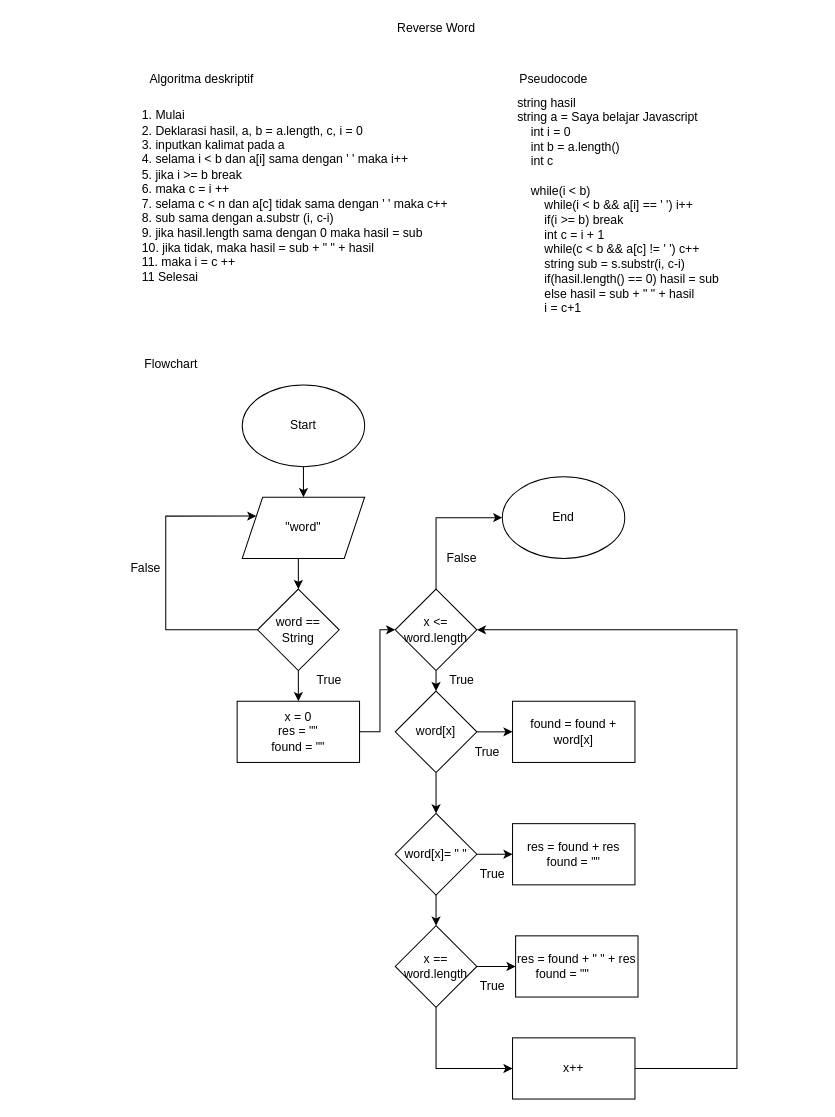
Earlier version of the draw.io diagram Reverse Word.drawio (aviantofan/fw5-algoritma). Source tidied: cells renumbered, new cells numbered last; positions are measured from the earlier drawing's top-left corner, leaving out a move shared by most shapes. Both pictures are drawn from the tidied source at 102%, with x=0, y=0 at pixel (124, 17).
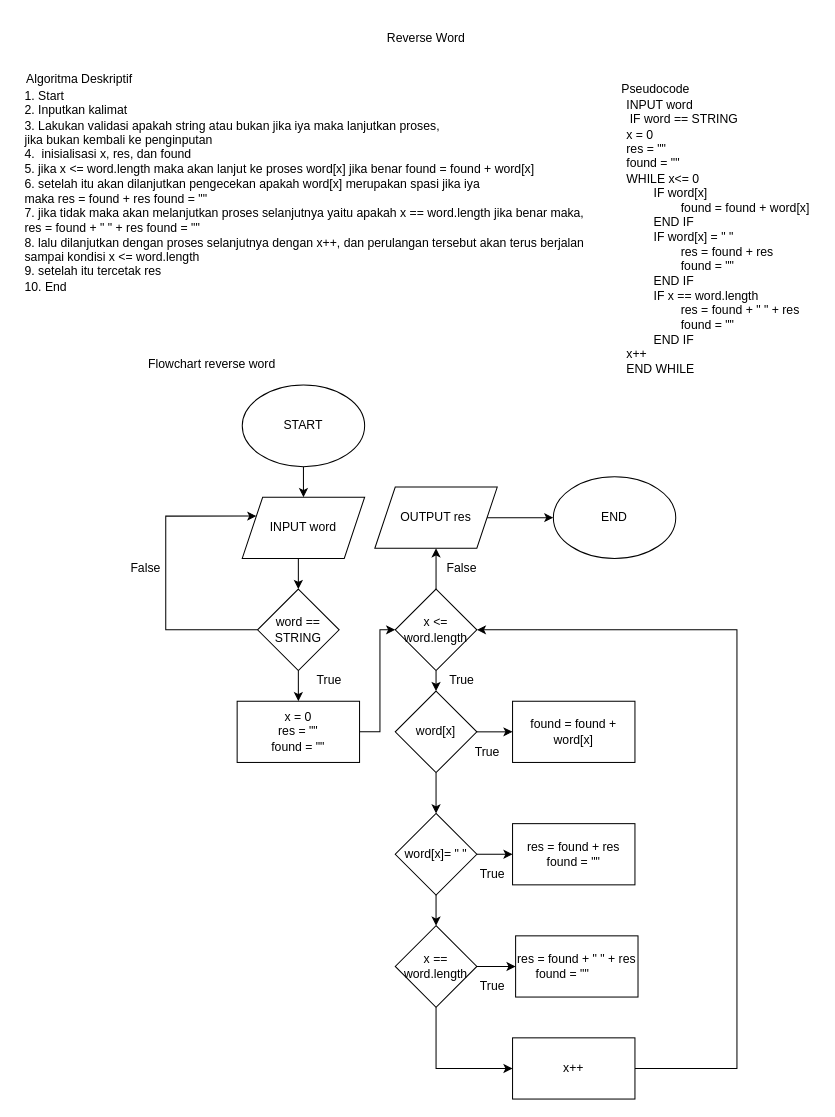
After the change.

Commit message (it also covers changes not shown here):
Perbaikan flowchart

Unchanged cells that the change refers to:
```xml
<mxCell id="33" value="x &amp;lt;= word.length" style="rhombus;whiteSpace=wrap;html=1;" parent="1" vertex="1">
  <mxGeometry x="265" y="560" width="80" height="80" as="geometry" />
</mxCell>
```

Diff of the diagram source:
```diff
@@
-    <mxCell id="2" value="Reverse Word" style="text;html=1;align=center;verticalAlign=middle;strokeColor=none;fillColor=none;" parent="1" vertex="1">
-      <mxGeometry x="260" width="90" height="20" as="geometry" />
-    </mxCell>
-    <mxCell id="3" value="Algoritma deskriptif" style="text;html=1;align=center;verticalAlign=middle;strokeColor=none;fillColor=none;" parent="1" vertex="1">
-      <mxGeometry x="15" y="50" width="120" height="20" as="geometry" />
-    </mxCell>
-    <mxCell id="4" value="&lt;span&gt;1. Mulai&lt;/span&gt;&lt;br&gt;&lt;span&gt;2. Deklarasi hasil, a, b = a.length, c, i = 0&lt;/span&gt;&lt;br&gt;&lt;span&gt;3. inputkan kalimat pada a&lt;/span&gt;&lt;br&gt;&lt;span&gt;4. selama i &amp;lt; b dan a[i] sama dengan ' ' maka i++&lt;/span&gt;&lt;br&gt;&lt;span&gt;5. jika i &amp;gt;= b break&lt;/span&gt;&lt;br&gt;&lt;span&gt;6. maka c = i ++&lt;/span&gt;&lt;br&gt;&lt;span&gt;7. selama c &amp;lt; n dan a[c] tidak sama dengan ' ' maka c++&lt;/span&gt;&lt;br&gt;&lt;span&gt;8. sub sama dengan a.substr (i, c-i)&lt;/span&gt;&lt;br&gt;&lt;span&gt;9. jika hasil.length sama dengan 0 maka hasil = sub&lt;/span&gt;&lt;br&gt;&lt;span&gt;10. jika tidak, maka hasil = sub + &quot; &quot; + hasil&lt;/span&gt;&lt;br&gt;&lt;span&gt;11. maka i = c ++&lt;/span&gt;&lt;br&gt;&lt;span&gt;11 Selesai&lt;/span&gt;" style="text;html=1;align=left;verticalAlign=middle;strokeColor=none;fillColor=none;" parent="1" vertex="1">
-      <mxGeometry x="15" y="90" width="320" height="170" as="geometry" />
-    </mxCell>
-    <mxCell id="5" value="Pseudocode" style="text;html=1;align=center;verticalAlign=middle;strokeColor=none;fillColor=none;" parent="1" vertex="1">
-      <mxGeometry x="380" y="50" width="80" height="20" as="geometry" />
-    </mxCell>
-    <mxCell id="6" value="&lt;div&gt;string hasil&lt;/div&gt;&lt;div&gt;string a = Saya belajar Javascript&lt;/div&gt;&lt;div&gt;&amp;nbsp; &amp;nbsp; int i = 0&lt;/div&gt;&lt;div&gt;&amp;nbsp; &amp;nbsp; int b = a.length()&lt;/div&gt;&lt;div&gt;&amp;nbsp; &amp;nbsp; int c&amp;nbsp;&lt;/div&gt;&lt;div&gt;&lt;br&gt;&lt;/div&gt;&lt;div&gt;&amp;nbsp; &amp;nbsp; while(i &amp;lt; b)&lt;/div&gt;&lt;div&gt;&amp;nbsp; &amp;nbsp; &amp;nbsp; &amp;nbsp; while(i &amp;lt; b &amp;amp;&amp;amp; a[i] == ' ') i++&lt;/div&gt;&lt;div&gt;&amp;nbsp; &amp;nbsp; &amp;nbsp; &amp;nbsp; if(i &amp;gt;= b) break&lt;/div&gt;&lt;div&gt;&amp;nbsp; &amp;nbsp; &amp;nbsp; &amp;nbsp; int c = i + 1&lt;/div&gt;&lt;div&gt;&amp;nbsp; &amp;nbsp; &amp;nbsp; &amp;nbsp; while(c &amp;lt; b &amp;amp;&amp;amp; a[c] != ' ') c++&lt;/div&gt;&lt;div&gt;&amp;nbsp; &amp;nbsp; &amp;nbsp; &amp;nbsp; string sub = s.substr(i, c-i)&lt;/div&gt;&lt;div&gt;&amp;nbsp; &amp;nbsp; &amp;nbsp; &amp;nbsp; if(hasil.length() == 0) hasil = sub&lt;/div&gt;&lt;div&gt;&amp;nbsp; &amp;nbsp; &amp;nbsp; &amp;nbsp; else hasil&amp;nbsp;&lt;span&gt;= sub + &quot; &quot; + hasil&lt;/span&gt;&lt;/div&gt;&lt;div&gt;&amp;nbsp; &amp;nbsp; &amp;nbsp; &amp;nbsp; i = c+1&lt;/div&gt;" style="text;html=1;align=left;verticalAlign=middle;strokeColor=none;fillColor=none;" parent="1" vertex="1">
-      <mxGeometry x="383" y="74" width="210" height="220" as="geometry" />
-    </mxCell>
-    <mxCell id="7" value="Flowchart&lt;br&gt;" style="text;html=1;align=center;verticalAlign=middle;strokeColor=none;fillColor=none;" parent="1" vertex="1">
-      <mxGeometry x="10" y="330" width="70" height="20" as="geometry" />
+    <mxCell id="7" value="Flowchart reverse word" style="text;html=1;align=center;verticalAlign=middle;strokeColor=none;fillColor=none;" parent="1" vertex="1">
+      <mxGeometry x="15" y="330" width="140" height="20" as="geometry" />
     </mxCell>
@@
-    <mxCell id="9" value="Start" style="ellipse;whiteSpace=wrap;html=1;" parent="1" vertex="1">
+    <mxCell id="9" value="START" style="ellipse;whiteSpace=wrap;html=1;" parent="1" vertex="1">
       <mxGeometry x="115" y="360" width="120" height="80" as="geometry" />
     </mxCell>
@@
-    <mxCell id="11" value="&quot;word&quot;" style="shape=parallelogram;perimeter=parallelogramPerimeter;whiteSpace=wrap;html=1;fixedSize=1;" parent="1" vertex="1">
+    <mxCell id="11" value="INPUT word" style="shape=parallelogram;perimeter=parallelogramPerimeter;whiteSpace=wrap;html=1;fixedSize=1;" parent="1" vertex="1">
       <mxGeometry x="115" y="470" width="120" height="60" as="geometry" />
     </mxCell>
@@
-    <mxCell id="14" value="word == String" style="rhombus;whiteSpace=wrap;html=1;" parent="1" vertex="1">
+    <mxCell id="14" value="word == STRING" style="rhombus;whiteSpace=wrap;html=1;" parent="1" vertex="1">
       <mxGeometry x="130" y="560" width="80" height="80" as="geometry" />
     </mxCell>
@@
-    <mxCell id="28" value="End" style="ellipse;whiteSpace=wrap;html=1;" parent="1" vertex="1">
-      <mxGeometry x="370" y="450" width="120" height="80" as="geometry" />
+    <mxCell id="28" value="END" style="ellipse;whiteSpace=wrap;html=1;" parent="1" vertex="1">
+      <mxGeometry x="420" y="450" width="120" height="80" as="geometry" />
     </mxCell>
@@
-    <mxCell id="32" style="edgeStyle=orthogonalEdgeStyle;rounded=0;jettySize=auto;html=1;exitX=0.5;exitY=0;exitDx=0;exitDy=0;entryX=0;entryY=0.5;entryDx=0;entryDy=0;" parent="1" edge="1" source="33" target="28">
-      <mxGeometry relative="1" as="geometry" />
-    </mxCell>
+    <mxCell id="42" style="edgeStyle=orthogonalEdgeStyle;rounded=0;jettySize=auto;html=1;" parent="1" edge="1" source="33" target="44">
+      <mxGeometry relative="1" as="geometry" />
+    </mxCell>
@@
     <mxCell id="39" value="False" style="text;html=1;align=center;verticalAlign=middle;strokeColor=none;fillColor=none;" parent="1" vertex="1">
-      <mxGeometry x="310" y="520" width="40" height="20" as="geometry" />
+      <mxGeometry x="310" y="530" width="40" height="20" as="geometry" />
     </mxCell>
@@
+    <mxCell id="43" style="edgeStyle=orthogonalEdgeStyle;rounded=0;jettySize=auto;html=1;exitX=1;exitY=0.5;exitDx=0;exitDy=0;entryX=0;entryY=0.5;entryDx=0;entryDy=0;" parent="1" edge="1" source="44" target="28">
+      <mxGeometry relative="1" as="geometry" />
+    </mxCell>
+    <mxCell id="44" value="OUTPUT res" style="shape=parallelogram;perimeter=parallelogramPerimeter;whiteSpace=wrap;html=1;fixedSize=1;" parent="1" vertex="1">
+      <mxGeometry x="245" y="460" width="120" height="60" as="geometry" />
+    </mxCell>
+    <mxCell id="45" value="Algoritma Deskriptif" style="text;html=1;align=center;verticalAlign=middle;strokeColor=none;fillColor=none;" parent="1" vertex="1">
+      <mxGeometry x="-105" y="50" width="120" height="20" as="geometry" />
+    </mxCell>
+    <mxCell id="2" value="Reverse Word" style="text;html=1;align=center;verticalAlign=middle;strokeColor=none;fillColor=none;" parent="1" vertex="1">
+      <mxGeometry x="250" y="10" width="90" height="20" as="geometry" />
+    </mxCell>
+    <mxCell id="46" value="1. Start&lt;br&gt;2. Inputkan kalimat&lt;br&gt;3. Lakukan validasi apakah string atau bukan jika iya maka lanjutkan proses,&lt;br&gt;jika bukan kembali ke penginputan&lt;br&gt;4.&amp;nbsp; inisialisasi x, res, dan found&lt;br&gt;5. jika x &amp;lt;= word.length maka akan lanjut ke proses word[x] jika benar found = found + word[x]&lt;br&gt;6. setelah itu akan dilanjutkan pengecekan apakah word[x] merupakan spasi jika iya&lt;br&gt;maka res = found + res found = &quot;&quot;&lt;br&gt;7. jika tidak maka akan melanjutkan proses selanjutnya yaitu apakah x == word.length jika benar maka,&lt;br&gt;res = found + &quot; &quot; + res found = &quot;&quot;&lt;br&gt;8. lalu dilanjutkan dengan proses selanjutnya dengan x++, dan perulangan tersebut akan terus berjalan&lt;br&gt;sampai kondisi x &amp;lt;= word.length&lt;br&gt;9. setelah itu tercetak res&lt;br&gt;10. End" style="text;html=1;align=left;verticalAlign=middle;strokeColor=none;fillColor=none;" parent="1" vertex="1">
+      <mxGeometry x="-100" y="70" width="560" height="200" as="geometry" />
+    </mxCell>
+    <mxCell id="5" value="Pseudocode" style="text;html=1;align=center;verticalAlign=middle;strokeColor=none;fillColor=none;" parent="1" vertex="1">
+      <mxGeometry x="480" y="60" width="80" height="20" as="geometry" />
+    </mxCell>
+    <mxCell id="47" value="INPUT word&lt;br&gt;&amp;nbsp;IF word == STRING&lt;br&gt;x = 0&lt;br&gt;res = &quot;&quot;&lt;br&gt;found = &quot;&quot;&lt;br&gt;WHILE x&amp;lt;= 0&lt;br&gt;&lt;span style=&quot;white-space: pre&quot;&gt;&#9;&lt;/span&gt;IF word[x]&lt;br&gt;&lt;span style=&quot;white-space: pre&quot;&gt;&#9;&lt;/span&gt;&lt;span style=&quot;white-space: pre&quot;&gt;&#9;&lt;/span&gt;found = found + word[x]&lt;br&gt;&lt;span style=&quot;white-space: pre&quot;&gt;&#9;&lt;/span&gt;END IF&lt;br&gt;&lt;span style=&quot;white-space: pre&quot;&gt;&#9;&lt;/span&gt;IF word[x] = &quot; &quot;&lt;br&gt;&lt;span style=&quot;white-space: pre&quot;&gt;&#9;&lt;/span&gt;&lt;span style=&quot;white-space: pre&quot;&gt;&#9;&lt;/span&gt;res = found + res&lt;br&gt;&lt;span style=&quot;white-space: pre&quot;&gt;&#9;&lt;/span&gt;&lt;span style=&quot;white-space: pre&quot;&gt;&#9;&lt;/span&gt;found = &quot;&quot;&lt;br&gt;&lt;span style=&quot;white-space: pre&quot;&gt;&#9;&lt;/span&gt;END IF&lt;br&gt;&lt;span style=&quot;white-space: pre&quot;&gt;&#9;&lt;/span&gt;IF x == word.length&lt;br&gt;&lt;span style=&quot;white-space: pre&quot;&gt;&#9;&lt;/span&gt;&lt;span style=&quot;white-space: pre&quot;&gt;&#9;&lt;/span&gt;res = found + &quot; &quot; + res&lt;br&gt;&lt;span style=&quot;white-space: pre&quot;&gt;&#9;&lt;/span&gt;&lt;span style=&quot;white-space: pre&quot;&gt;&#9;&lt;/span&gt;found = &quot;&quot;&lt;br&gt;&lt;span style=&quot;white-space: pre&quot;&gt;&#9;&lt;/span&gt;END IF&lt;br&gt;x++&lt;br&gt;END WHILE" style="text;html=1;align=left;verticalAlign=middle;strokeColor=none;fillColor=none;" parent="1" vertex="1">
+      <mxGeometry x="490" y="80" width="190" height="270" as="geometry" />
+    </mxCell>
```
